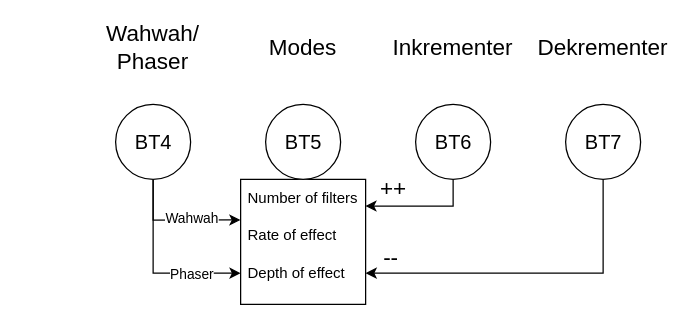
flamefir/ISB-final-project keeps this draw.io diagram as bruf.drawio. Above is the earlier version. Source tidied: cells renumbered, new cells numbered last; positions are measured from the earlier drawing's top-left corner, leaving out a move shared by most shapes. Both pictures are drawn from the tidied source at 125%, with x=0, y=0 at pixel (115, 29).
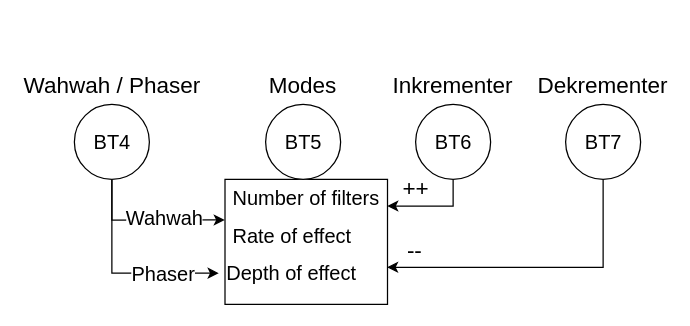
The same page after the edit.

The change refers to these unchanged cells:
```xml
<mxCell id="3" style="edgeStyle=orthogonalEdgeStyle;rounded=0;jettySize=auto;html=1;exitX=0.5;exitY=1;exitDx=0;exitDy=0;entryX=-0.001;entryY=0.082;entryDx=0;entryDy=0;entryPerimeter=0;" parent="1" edge="1" source="7" target="20">
  <mxGeometry relative="1" as="geometry" />
</mxCell>
<mxCell id="5" style="edgeStyle=orthogonalEdgeStyle;rounded=0;jettySize=auto;html=1;exitX=0.5;exitY=1;exitDx=0;exitDy=0;entryX=0;entryY=0.5;entryDx=0;entryDy=0;" parent="1" edge="1" source="7" target="19">
  <mxGeometry relative="1" as="geometry" />
</mxCell>
<mxCell id="9" style="edgeStyle=orthogonalEdgeStyle;rounded=0;jettySize=auto;html=1;exitX=0.5;exitY=1;exitDx=0;exitDy=0;entryX=0.998;entryY=0.712;entryDx=0;entryDy=0;entryPerimeter=0;" parent="1" edge="1" source="11" target="21">
  <mxGeometry relative="1" as="geometry" />
</mxCell>
<mxCell id="14" value="BT7" style="shape=ellipse;html=1;fontSize=16;align=center;" parent="1" vertex="1">
  <mxGeometry x="360" y="60" width="60" height="60" as="geometry" />
</mxCell>
```

What changed in the source:
```diff
@@
-    <mxCell id="2" style="whiteSpace=wrap;html=1;" parent="1" vertex="1">
-      <mxGeometry x="100" y="120" width="100" height="100" as="geometry" />
-    </mxCell>
+    <mxCell id="22" style="rounded=0;whiteSpace=wrap;html=1;" parent="1" vertex="1">
+      <mxGeometry x="87.5" y="120" width="130" height="100" as="geometry" />
+    </mxCell>
@@
-    <mxCell id="4" value="Wahwah" style="edgeLabel;html=1;align=center;verticalAlign=middle;" parent="3" vertex="1">
+    <mxCell id="4" value="Wahwah" style="edgeLabel;html=1;align=center;verticalAlign=middle;fontSize=16;" parent="3" vertex="1">
       <mxGeometry x="0.05" relative="1" as="geometry">
         <mxPoint x="9" y="-2" as="offset" />
       </mxGeometry>
     </mxCell>
@@
-    <mxCell id="6" value="Phaser" style="edgeLabel;html=1;align=center;verticalAlign=middle;" parent="5" vertex="1">
+    <mxCell id="6" value="Phaser" style="edgeLabel;html=1;align=center;verticalAlign=middle;fontSize=16;" parent="5" vertex="1">
       <mxGeometry x="0.36" y="1" relative="1" as="geometry">
         <mxPoint x="6" y="1" as="offset" />
       </mxGeometry>
     </mxCell>
     <mxCell id="7" value="BT4" style="shape=ellipse;html=1;fontSize=16;align=center;" parent="1" vertex="1">
-      <mxGeometry y="60" width="60" height="60" as="geometry" />
+      <mxGeometry x="-33" y="60" width="60" height="60" as="geometry" />
     </mxCell>
@@
     <mxCell id="10" value="++" style="edgeLabel;html=1;align=center;verticalAlign=middle;fontSize=18;" parent="9" vertex="1">
       <mxGeometry x="0.1" relative="1" as="geometry">
-        <mxPoint x="-20" y="-14" as="offset" />
+        <mxPoint x="-11" y="-14" as="offset" />
       </mxGeometry>
     </mxCell>
@@
-    <mxCell id="12" style="edgeStyle=orthogonalEdgeStyle;rounded=0;jettySize=auto;html=1;exitX=0.5;exitY=1;exitDx=0;exitDy=0;entryX=1;entryY=0.75;entryDx=0;entryDy=0;" parent="1" edge="1" source="14" target="2">
+    <mxCell id="12" style="edgeStyle=orthogonalEdgeStyle;rounded=0;jettySize=auto;html=1;exitX=0.5;exitY=1;exitDx=0;exitDy=0;entryX=0.997;entryY=0.703;entryDx=0;entryDy=0;entryPerimeter=0;" parent="1" edge="1" source="14" target="22">
       <mxGeometry relative="1" as="geometry" />
     </mxCell>
     <mxCell id="13" value="--" style="edgeLabel;html=1;align=center;verticalAlign=middle;fontSize=18;" parent="12" vertex="1">
       <mxGeometry x="0.52" y="-2" relative="1" as="geometry">
-        <mxPoint x="-45" y="-11" as="offset" />
+        <mxPoint x="-37" y="-12" as="offset" />
       </mxGeometry>
     </mxCell>
@@
-    <mxCell id="15" value="Wahwah/&lt;br style=&quot;font-size: 18px;&quot;&gt;Phaser" style="text;html=1;strokeColor=none;fillColor=none;align=center;verticalAlign=middle;whiteSpace=wrap;rounded=0;fontSize=18;" parent="1" vertex="1">
-      <mxGeometry width="60" height="30" as="geometry" />
+    <mxCell id="15" value="Wahwah / Phaser" style="text;html=1;strokeColor=none;fillColor=none;align=center;verticalAlign=middle;whiteSpace=wrap;rounded=0;fontSize=18;" parent="1" vertex="1">
+      <mxGeometry x="-75.2" y="30" width="144.5" height="30" as="geometry" />
     </mxCell>
     <mxCell id="16" value="Modes" style="text;html=1;strokeColor=none;fillColor=none;align=center;verticalAlign=middle;whiteSpace=wrap;rounded=0;fontSize=18;" parent="1" vertex="1">
-      <mxGeometry x="120" width="60" height="30" as="geometry" />
+      <mxGeometry x="120" y="30" width="60" height="30" as="geometry" />
     </mxCell>
     <mxCell id="17" value="Inkrementer" style="text;html=1;strokeColor=none;fillColor=none;align=center;verticalAlign=middle;whiteSpace=wrap;rounded=0;fontSize=18;" parent="1" vertex="1">
-      <mxGeometry x="240" width="60" height="30" as="geometry" />
+      <mxGeometry x="240" y="30" width="60" height="30" as="geometry" />
     </mxCell>
     <mxCell id="18" value="Dekrementer" style="text;html=1;strokeColor=none;fillColor=none;align=center;verticalAlign=middle;whiteSpace=wrap;rounded=0;fontSize=18;" parent="1" vertex="1">
-      <mxGeometry x="360" width="60" height="30" as="geometry" />
+      <mxGeometry x="360" y="30" width="60" height="30" as="geometry" />
     </mxCell>
-    <mxCell id="19" value="Depth of effect" style="text;strokeColor=none;fillColor=none;align=left;verticalAlign=middle;spacingLeft=4;spacingRight=4;overflow=hidden;points=[[0,0.5],[1,0.5]];portConstraint=eastwest;whiteSpace=wrap;html=1;" parent="1" vertex="1">
-      <mxGeometry x="100" y="180" width="100" height="30" as="geometry" />
+    <mxCell id="19" value="Depth of effect" style="text;strokeColor=none;fillColor=none;align=left;verticalAlign=middle;spacingLeft=4;spacingRight=4;overflow=hidden;points=[[0,0.5],[1,0.5]];portConstraint=eastwest;whiteSpace=wrap;html=1;fontSize=16;" parent="1" vertex="1">
+      <mxGeometry x="82.5" y="180" width="130" height="30" as="geometry" />
     </mxCell>
-    <mxCell id="20" value="Rate of effect" style="text;strokeColor=none;fillColor=none;align=left;verticalAlign=middle;spacingLeft=4;spacingRight=4;overflow=hidden;points=[[0,0.5],[1,0.5]];portConstraint=eastwest;whiteSpace=wrap;html=1;" parent="1" vertex="1">
-      <mxGeometry x="100" y="150" width="100" height="30" as="geometry" />
+    <mxCell id="20" value="Rate of effect" style="text;strokeColor=none;fillColor=none;align=left;verticalAlign=middle;spacingLeft=4;spacingRight=4;overflow=hidden;points=[[0,0.5],[1,0.5]];portConstraint=eastwest;whiteSpace=wrap;html=1;fontSize=16;" parent="1" vertex="1">
+      <mxGeometry x="87.5" y="150" width="120" height="30" as="geometry" />
     </mxCell>
-    <mxCell id="21" value="Number of filters" style="text;strokeColor=none;fillColor=none;align=left;verticalAlign=middle;spacingLeft=4;spacingRight=4;overflow=hidden;points=[[0,0.5],[1,0.5]];portConstraint=eastwest;whiteSpace=wrap;html=1;" parent="1" vertex="1">
-      <mxGeometry x="100" y="120" width="100" height="30" as="geometry" />
+    <mxCell id="21" value="Number of filters" style="text;strokeColor=none;fillColor=none;align=left;verticalAlign=middle;spacingLeft=4;spacingRight=4;overflow=hidden;points=[[0,0.5],[1,0.5]];portConstraint=eastwest;whiteSpace=wrap;html=1;fontSize=16;" parent="1" vertex="1">
+      <mxGeometry x="87.5" y="120" width="130" height="30" as="geometry" />
     </mxCell>
```
